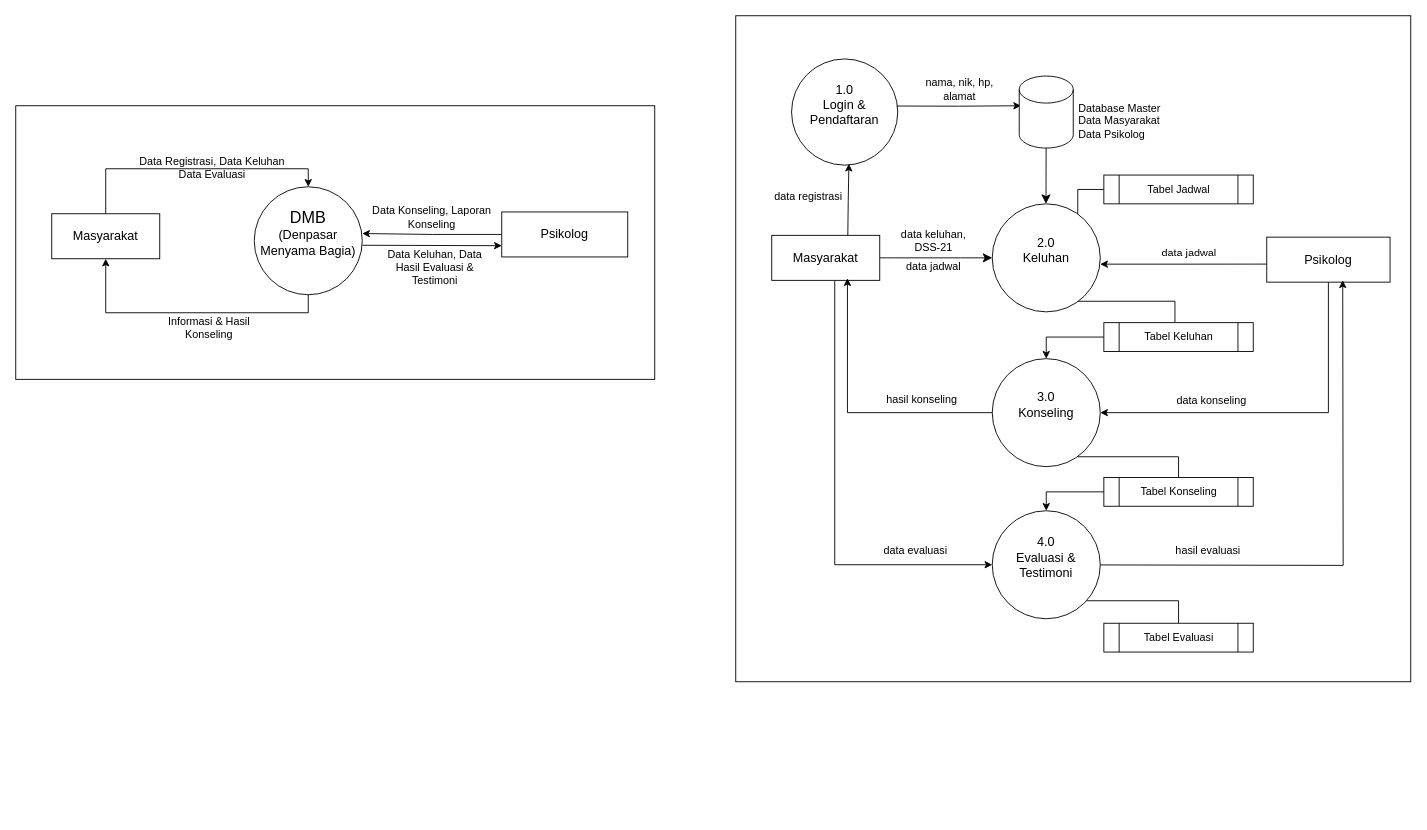
This is env_designs/erd_dmb.drawio from zeneight/drawio, a draw.io file, before an edit. Source tidied: cells renumbered, new cells numbered last; positions are measured from the earlier drawing's top-left corner, leaving out a move shared by most shapes. Both pictures are drawn from the tidied source at 90%, with x=0, y=0 at pixel (15, 15).
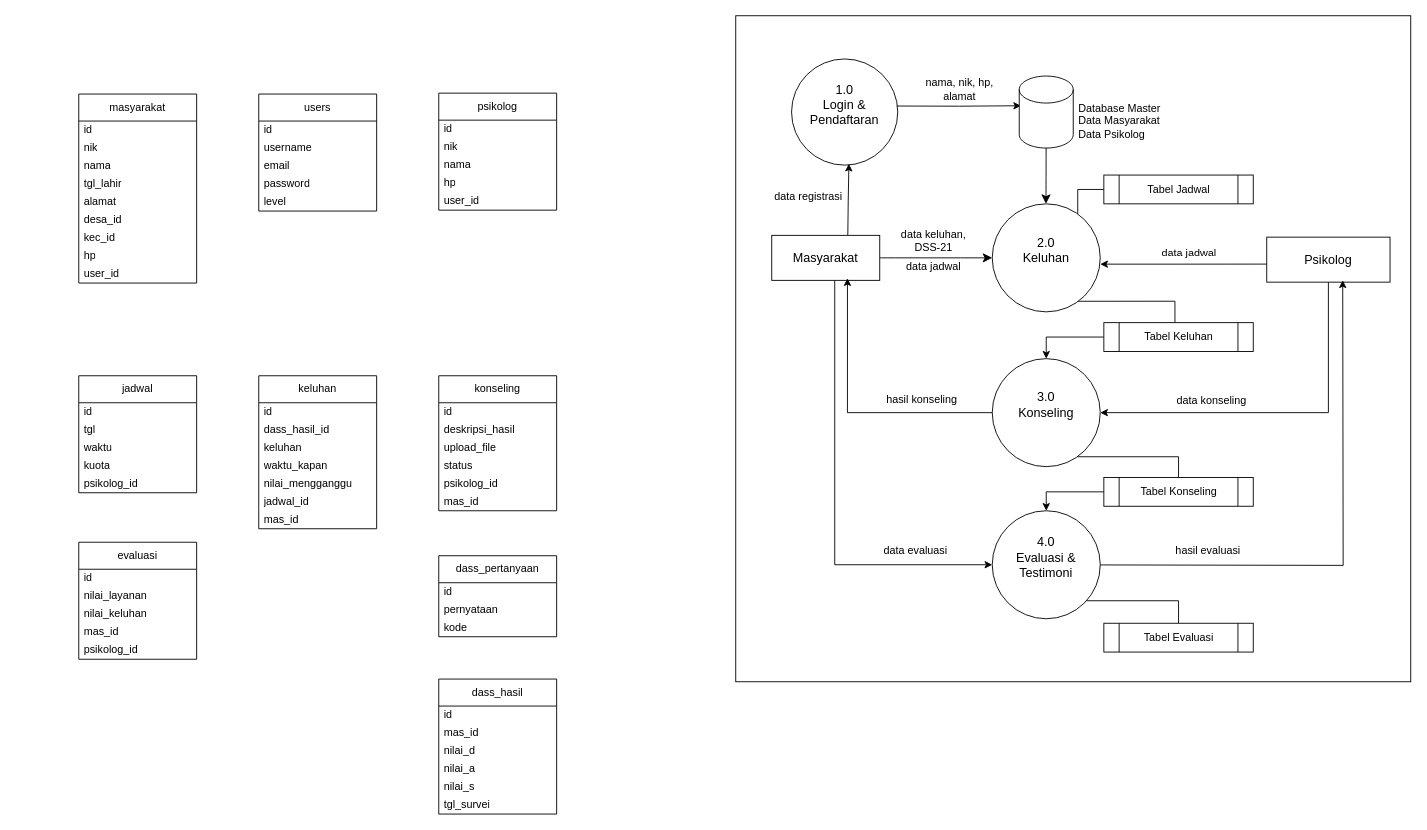
The same page after the edit.

The edit, as a diff of the source:
```diff
@@
-    <mxCell id="2" style="edgeStyle=orthogonalEdgeStyle;rounded=0;jettySize=auto;html=1;entryX=0.5;entryY=1;entryDx=0;entryDy=0;" parent="1" edge="1" source="4" target="6">
-      <mxGeometry relative="1" as="geometry">
-        <Array as="points">
-          <mxPoint x="325" y="330" />
-          <mxPoint x="100" y="330" />
-        </Array>
-      </mxGeometry>
-    </mxCell>
-    <mxCell id="3" style="edgeStyle=orthogonalEdgeStyle;rounded=0;jettySize=auto;html=1;entryX=0;entryY=0.75;entryDx=0;entryDy=0;" parent="1" edge="1" target="26">
-      <mxGeometry relative="1" as="geometry">
-        <mxPoint x="385" y="255" as="sourcePoint" />
-      </mxGeometry>
-    </mxCell>
-    <mxCell id="4" value="&lt;div&gt;&lt;font style=&quot;font-size: 18px;&quot;&gt;DMB&lt;/font&gt;&lt;/div&gt;&lt;div&gt;&lt;font style=&quot;font-size: 14px;&quot;&gt;(Denpasar Menyama Bagia)&lt;/font&gt;&lt;/div&gt;&lt;div&gt;&lt;font style=&quot;font-size: 14px;&quot;&gt;&lt;br&gt;&lt;/font&gt;&lt;/div&gt;" style="ellipse;whiteSpace=wrap;html=1;fontSize=14;" parent="1" vertex="1">
-      <mxGeometry x="265" y="190" width="120" height="120" as="geometry" />
-    </mxCell>
-    <mxCell id="5" style="edgeStyle=orthogonalEdgeStyle;rounded=0;jettySize=auto;html=1;entryX=0.5;entryY=0;entryDx=0;entryDy=0;" parent="1" edge="1" source="6" target="4">
-      <mxGeometry relative="1" as="geometry">
-        <Array as="points">
-          <mxPoint x="100" y="170" />
-          <mxPoint x="325" y="170" />
-        </Array>
-      </mxGeometry>
-    </mxCell>
-    <mxCell id="6" value="Masyarakat" style="rounded=0;whiteSpace=wrap;html=1;fontSize=14;" parent="1" vertex="1">
-      <mxGeometry x="40" y="220" width="120" height="50" as="geometry" />
-    </mxCell>
-    <mxCell id="7" value="Data Registrasi, Data Keluhan&lt;br&gt;Data Evaluasi" style="text;html=1;align=center;verticalAlign=middle;whiteSpace=wrap;rounded=0;fontSize=12;" parent="1" vertex="1">
-      <mxGeometry x="129" y="151" width="179" height="35" as="geometry" />
-    </mxCell>
@@
-    <mxCell id="24" value="&lt;div&gt;Informasi &amp;amp; Hasil Konseling&lt;/div&gt;" style="text;html=1;align=center;verticalAlign=middle;whiteSpace=wrap;rounded=0;fontSize=12;" parent="1" vertex="1">
-      <mxGeometry x="145" y="332" width="140" height="30" as="geometry" />
-    </mxCell>
-    <mxCell id="25" style="edgeStyle=orthogonalEdgeStyle;rounded=0;jettySize=auto;html=1;exitX=0;exitY=0.5;exitDx=0;exitDy=0;" parent="1" edge="1" source="26">
-      <mxGeometry relative="1" as="geometry">
-        <mxPoint x="385" y="242" as="targetPoint" />
-      </mxGeometry>
-    </mxCell>
-    <mxCell id="26" value="Psikolog" style="rounded=0;whiteSpace=wrap;html=1;fontSize=14;" parent="1" vertex="1">
-      <mxGeometry x="540" y="218" width="140" height="50" as="geometry" />
-    </mxCell>
-    <mxCell id="27" value="Data Keluhan, Data Hasil Evaluasi &amp;amp; Testimoni" style="text;html=1;align=center;verticalAlign=middle;whiteSpace=wrap;rounded=0;fontSize=12;" parent="1" vertex="1">
-      <mxGeometry x="409" y="259" width="114" height="42" as="geometry" />
-    </mxCell>
-    <mxCell id="28" value="Data Konseling, Laporan Konseling" style="text;html=1;align=center;verticalAlign=middle;whiteSpace=wrap;rounded=0;fontSize=12;" parent="1" vertex="1">
-      <mxGeometry x="392" y="209" width="141" height="30" as="geometry" />
-    </mxCell>
@@
-    <mxCell id="36" style="rounded=0;whiteSpace=wrap;html=1;fillColor=none;" parent="1" vertex="1">
-      <mxGeometry y="100" width="710" height="304" as="geometry" />
-    </mxCell>
@@
+    <mxCell id="54" value="masyarakat" style="swimlane;fontStyle=0;horizontal=1;startSize=30;whiteSpace=wrap;html=1;" parent="1" vertex="1">
+      <mxGeometry x="70" y="87" width="131" height="210" as="geometry" />
+    </mxCell>
+    <mxCell id="55" value="id" style="text;strokeColor=none;fillColor=none;align=left;verticalAlign=middle;spacingLeft=4;spacingRight=4;overflow=hidden;whiteSpace=wrap;html=1;" parent="54" vertex="1">
+      <mxGeometry y="30" width="131" height="20" as="geometry" />
+    </mxCell>
+    <mxCell id="56" value="nik" style="text;strokeColor=none;fillColor=none;align=left;verticalAlign=middle;spacingLeft=4;spacingRight=4;overflow=hidden;whiteSpace=wrap;html=1;" parent="54" vertex="1">
+      <mxGeometry y="50" width="131" height="20" as="geometry" />
+    </mxCell>
+    <mxCell id="57" value="nama" style="text;strokeColor=none;fillColor=none;align=left;verticalAlign=middle;spacingLeft=4;spacingRight=4;overflow=hidden;whiteSpace=wrap;html=1;" parent="54" vertex="1">
+      <mxGeometry y="70" width="131" height="20" as="geometry" />
+    </mxCell>
+    <mxCell id="58" value="tgl_lahir" style="text;strokeColor=none;fillColor=none;align=left;verticalAlign=middle;spacingLeft=4;spacingRight=4;overflow=hidden;whiteSpace=wrap;html=1;" parent="54" vertex="1">
+      <mxGeometry y="90" width="131" height="20" as="geometry" />
+    </mxCell>
+    <mxCell id="59" value="alamat" style="text;strokeColor=none;fillColor=none;align=left;verticalAlign=middle;spacingLeft=4;spacingRight=4;overflow=hidden;whiteSpace=wrap;html=1;" parent="54" vertex="1">
+      <mxGeometry y="110" width="131" height="20" as="geometry" />
+    </mxCell>
+    <mxCell id="60" value="desa_id" style="text;strokeColor=none;fillColor=none;align=left;verticalAlign=middle;spacingLeft=4;spacingRight=4;overflow=hidden;whiteSpace=wrap;html=1;" parent="54" vertex="1">
+      <mxGeometry y="130" width="131" height="20" as="geometry" />
+    </mxCell>
+    <mxCell id="61" value="kec_id" style="text;strokeColor=none;fillColor=none;align=left;verticalAlign=middle;spacingLeft=4;spacingRight=4;overflow=hidden;whiteSpace=wrap;html=1;" parent="54" vertex="1">
+      <mxGeometry y="150" width="131" height="20" as="geometry" />
+    </mxCell>
+    <mxCell id="62" value="hp" style="text;strokeColor=none;fillColor=none;align=left;verticalAlign=middle;spacingLeft=4;spacingRight=4;overflow=hidden;whiteSpace=wrap;html=1;" parent="54" vertex="1">
+      <mxGeometry y="170" width="131" height="20" as="geometry" />
+    </mxCell>
+    <mxCell id="63" value="user_id" style="text;strokeColor=none;fillColor=none;align=left;verticalAlign=middle;spacingLeft=4;spacingRight=4;overflow=hidden;whiteSpace=wrap;html=1;" parent="54" vertex="1">
+      <mxGeometry y="190" width="131" height="20" as="geometry" />
+    </mxCell>
+    <mxCell id="64" value="psikolog" style="swimlane;fontStyle=0;horizontal=1;startSize=30;whiteSpace=wrap;html=1;" parent="1" vertex="1">
+      <mxGeometry x="470" y="86" width="131" height="130" as="geometry" />
+    </mxCell>
+    <mxCell id="65" value="id" style="text;strokeColor=none;fillColor=none;align=left;verticalAlign=middle;spacingLeft=4;spacingRight=4;overflow=hidden;whiteSpace=wrap;html=1;" parent="64" vertex="1">
+      <mxGeometry y="30" width="131" height="20" as="geometry" />
+    </mxCell>
+    <mxCell id="66" value="nik" style="text;strokeColor=none;fillColor=none;align=left;verticalAlign=middle;spacingLeft=4;spacingRight=4;overflow=hidden;whiteSpace=wrap;html=1;" parent="64" vertex="1">
+      <mxGeometry y="50" width="131" height="20" as="geometry" />
+    </mxCell>
+    <mxCell id="67" value="nama" style="text;strokeColor=none;fillColor=none;align=left;verticalAlign=middle;spacingLeft=4;spacingRight=4;overflow=hidden;whiteSpace=wrap;html=1;" parent="64" vertex="1">
+      <mxGeometry y="70" width="131" height="20" as="geometry" />
+    </mxCell>
+    <mxCell id="68" value="hp" style="text;strokeColor=none;fillColor=none;align=left;verticalAlign=middle;spacingLeft=4;spacingRight=4;overflow=hidden;whiteSpace=wrap;html=1;" parent="64" vertex="1">
+      <mxGeometry y="90" width="131" height="20" as="geometry" />
+    </mxCell>
+    <mxCell id="69" value="user_id" style="text;strokeColor=none;fillColor=none;align=left;verticalAlign=middle;spacingLeft=4;spacingRight=4;overflow=hidden;whiteSpace=wrap;html=1;" parent="64" vertex="1">
+      <mxGeometry y="110" width="131" height="20" as="geometry" />
+    </mxCell>
+    <mxCell id="70" value="users" style="swimlane;fontStyle=0;horizontal=1;startSize=30;whiteSpace=wrap;html=1;" parent="1" vertex="1">
+      <mxGeometry x="270" y="87" width="131" height="130" as="geometry" />
+    </mxCell>
+    <mxCell id="71" value="id" style="text;strokeColor=none;fillColor=none;align=left;verticalAlign=middle;spacingLeft=4;spacingRight=4;overflow=hidden;whiteSpace=wrap;html=1;" parent="70" vertex="1">
+      <mxGeometry y="30" width="131" height="20" as="geometry" />
+    </mxCell>
+    <mxCell id="72" value="username" style="text;strokeColor=none;fillColor=none;align=left;verticalAlign=middle;spacingLeft=4;spacingRight=4;overflow=hidden;whiteSpace=wrap;html=1;" parent="70" vertex="1">
+      <mxGeometry y="50" width="131" height="20" as="geometry" />
+    </mxCell>
+    <mxCell id="73" value="email" style="text;strokeColor=none;fillColor=none;align=left;verticalAlign=middle;spacingLeft=4;spacingRight=4;overflow=hidden;whiteSpace=wrap;html=1;" parent="70" vertex="1">
+      <mxGeometry y="70" width="131" height="20" as="geometry" />
+    </mxCell>
+    <mxCell id="74" value="password" style="text;strokeColor=none;fillColor=none;align=left;verticalAlign=middle;spacingLeft=4;spacingRight=4;overflow=hidden;whiteSpace=wrap;html=1;" parent="70" vertex="1">
+      <mxGeometry y="90" width="131" height="20" as="geometry" />
+    </mxCell>
+    <mxCell id="75" value="level" style="text;strokeColor=none;fillColor=none;align=left;verticalAlign=middle;spacingLeft=4;spacingRight=4;overflow=hidden;whiteSpace=wrap;html=1;" parent="70" vertex="1">
+      <mxGeometry y="110" width="131" height="20" as="geometry" />
+    </mxCell>
+    <mxCell id="76" value="jadwal" style="swimlane;fontStyle=0;horizontal=1;startSize=30;whiteSpace=wrap;html=1;" parent="1" vertex="1">
+      <mxGeometry x="70" y="400" width="131" height="130" as="geometry" />
+    </mxCell>
+    <mxCell id="77" value="id" style="text;strokeColor=none;fillColor=none;align=left;verticalAlign=middle;spacingLeft=4;spacingRight=4;overflow=hidden;whiteSpace=wrap;html=1;" parent="76" vertex="1">
+      <mxGeometry y="30" width="131" height="20" as="geometry" />
+    </mxCell>
+    <mxCell id="78" value="tgl" style="text;strokeColor=none;fillColor=none;align=left;verticalAlign=middle;spacingLeft=4;spacingRight=4;overflow=hidden;whiteSpace=wrap;html=1;" parent="76" vertex="1">
+      <mxGeometry y="50" width="131" height="20" as="geometry" />
+    </mxCell>
+    <mxCell id="79" value="waktu" style="text;strokeColor=none;fillColor=none;align=left;verticalAlign=middle;spacingLeft=4;spacingRight=4;overflow=hidden;whiteSpace=wrap;html=1;" parent="76" vertex="1">
+      <mxGeometry y="70" width="131" height="20" as="geometry" />
+    </mxCell>
+    <mxCell id="80" value="kuota" style="text;strokeColor=none;fillColor=none;align=left;verticalAlign=middle;spacingLeft=4;spacingRight=4;overflow=hidden;whiteSpace=wrap;html=1;" parent="76" vertex="1">
+      <mxGeometry y="90" width="131" height="20" as="geometry" />
+    </mxCell>
+    <mxCell id="81" value="psikolog_id" style="text;strokeColor=none;fillColor=none;align=left;verticalAlign=middle;spacingLeft=4;spacingRight=4;overflow=hidden;whiteSpace=wrap;html=1;" parent="76" vertex="1">
+      <mxGeometry y="110" width="131" height="20" as="geometry" />
+    </mxCell>
+    <mxCell id="82" value="keluhan" style="swimlane;fontStyle=0;horizontal=1;startSize=30;whiteSpace=wrap;html=1;" parent="1" vertex="1">
+      <mxGeometry x="270" y="400" width="131" height="170" as="geometry" />
+    </mxCell>
+    <mxCell id="83" value="id" style="text;strokeColor=none;fillColor=none;align=left;verticalAlign=middle;spacingLeft=4;spacingRight=4;overflow=hidden;whiteSpace=wrap;html=1;" parent="82" vertex="1">
+      <mxGeometry y="30" width="131" height="20" as="geometry" />
+    </mxCell>
+    <mxCell id="84" value="dass_hasil_id" style="text;strokeColor=none;fillColor=none;align=left;verticalAlign=middle;spacingLeft=4;spacingRight=4;overflow=hidden;whiteSpace=wrap;html=1;" parent="82" vertex="1">
+      <mxGeometry y="50" width="131" height="20" as="geometry" />
+    </mxCell>
+    <mxCell id="85" value="keluhan" style="text;strokeColor=none;fillColor=none;align=left;verticalAlign=middle;spacingLeft=4;spacingRight=4;overflow=hidden;whiteSpace=wrap;html=1;" parent="82" vertex="1">
+      <mxGeometry y="70" width="131" height="20" as="geometry" />
+    </mxCell>
+    <mxCell id="86" value="waktu_kapan" style="text;strokeColor=none;fillColor=none;align=left;verticalAlign=middle;spacingLeft=4;spacingRight=4;overflow=hidden;whiteSpace=wrap;html=1;" parent="82" vertex="1">
+      <mxGeometry y="90" width="131" height="20" as="geometry" />
+    </mxCell>
+    <mxCell id="87" value="nilai_mengganggu" style="text;strokeColor=none;fillColor=none;align=left;verticalAlign=middle;spacingLeft=4;spacingRight=4;overflow=hidden;whiteSpace=wrap;html=1;" parent="82" vertex="1">
+      <mxGeometry y="110" width="131" height="20" as="geometry" />
+    </mxCell>
+    <mxCell id="88" value="jadwal_id" style="text;strokeColor=none;fillColor=none;align=left;verticalAlign=middle;spacingLeft=4;spacingRight=4;overflow=hidden;whiteSpace=wrap;html=1;" parent="82" vertex="1">
+      <mxGeometry y="130" width="131" height="20" as="geometry" />
+    </mxCell>
+    <mxCell id="89" value="mas_id" style="text;strokeColor=none;fillColor=none;align=left;verticalAlign=middle;spacingLeft=4;spacingRight=4;overflow=hidden;whiteSpace=wrap;html=1;" parent="82" vertex="1">
+      <mxGeometry y="150" width="131" height="20" as="geometry" />
+    </mxCell>
+    <mxCell id="90" value="konseling" style="swimlane;fontStyle=0;horizontal=1;startSize=30;whiteSpace=wrap;html=1;" parent="1" vertex="1">
+      <mxGeometry x="470" y="400" width="131" height="150" as="geometry" />
+    </mxCell>
+    <mxCell id="91" value="id" style="text;strokeColor=none;fillColor=none;align=left;verticalAlign=middle;spacingLeft=4;spacingRight=4;overflow=hidden;whiteSpace=wrap;html=1;" parent="90" vertex="1">
+      <mxGeometry y="30" width="131" height="20" as="geometry" />
+    </mxCell>
+    <mxCell id="92" value="deskripsi_hasil" style="text;strokeColor=none;fillColor=none;align=left;verticalAlign=middle;spacingLeft=4;spacingRight=4;overflow=hidden;whiteSpace=wrap;html=1;" parent="90" vertex="1">
+      <mxGeometry y="50" width="131" height="20" as="geometry" />
+    </mxCell>
+    <mxCell id="93" value="upload_file" style="text;strokeColor=none;fillColor=none;align=left;verticalAlign=middle;spacingLeft=4;spacingRight=4;overflow=hidden;whiteSpace=wrap;html=1;" parent="90" vertex="1">
+      <mxGeometry y="70" width="131" height="20" as="geometry" />
+    </mxCell>
+    <mxCell id="94" value="status" style="text;strokeColor=none;fillColor=none;align=left;verticalAlign=middle;spacingLeft=4;spacingRight=4;overflow=hidden;whiteSpace=wrap;html=1;" parent="90" vertex="1">
+      <mxGeometry y="90" width="131" height="20" as="geometry" />
+    </mxCell>
+    <mxCell id="95" value="psikolog_id" style="text;strokeColor=none;fillColor=none;align=left;verticalAlign=middle;spacingLeft=4;spacingRight=4;overflow=hidden;whiteSpace=wrap;html=1;" parent="90" vertex="1">
+      <mxGeometry y="110" width="131" height="20" as="geometry" />
+    </mxCell>
+    <mxCell id="96" value="mas_id" style="text;strokeColor=none;fillColor=none;align=left;verticalAlign=middle;spacingLeft=4;spacingRight=4;overflow=hidden;whiteSpace=wrap;html=1;" parent="90" vertex="1">
+      <mxGeometry y="130" width="131" height="20" as="geometry" />
+    </mxCell>
+    <mxCell id="97" value="evaluasi" style="swimlane;fontStyle=0;horizontal=1;startSize=30;whiteSpace=wrap;html=1;" parent="1" vertex="1">
+      <mxGeometry x="70" y="585" width="131" height="130" as="geometry" />
+    </mxCell>
+    <mxCell id="98" value="id" style="text;strokeColor=none;fillColor=none;align=left;verticalAlign=middle;spacingLeft=4;spacingRight=4;overflow=hidden;whiteSpace=wrap;html=1;" parent="97" vertex="1">
+      <mxGeometry y="30" width="131" height="20" as="geometry" />
+    </mxCell>
+    <mxCell id="99" value="nilai_layanan" style="text;strokeColor=none;fillColor=none;align=left;verticalAlign=middle;spacingLeft=4;spacingRight=4;overflow=hidden;whiteSpace=wrap;html=1;" parent="97" vertex="1">
+      <mxGeometry y="50" width="131" height="20" as="geometry" />
+    </mxCell>
+    <mxCell id="100" value="nilai_keluhan" style="text;strokeColor=none;fillColor=none;align=left;verticalAlign=middle;spacingLeft=4;spacingRight=4;overflow=hidden;whiteSpace=wrap;html=1;" parent="97" vertex="1">
+      <mxGeometry y="70" width="131" height="20" as="geometry" />
+    </mxCell>
+    <mxCell id="101" value="mas_id" style="text;strokeColor=none;fillColor=none;align=left;verticalAlign=middle;spacingLeft=4;spacingRight=4;overflow=hidden;whiteSpace=wrap;html=1;" parent="97" vertex="1">
+      <mxGeometry y="90" width="131" height="20" as="geometry" />
+    </mxCell>
+    <mxCell id="102" value="psikolog_id" style="text;strokeColor=none;fillColor=none;align=left;verticalAlign=middle;spacingLeft=4;spacingRight=4;overflow=hidden;whiteSpace=wrap;html=1;" parent="97" vertex="1">
+      <mxGeometry y="110" width="131" height="20" as="geometry" />
+    </mxCell>
+    <mxCell id="103" value="dass_pertanyaan" style="swimlane;fontStyle=0;horizontal=1;startSize=30;whiteSpace=wrap;html=1;" parent="1" vertex="1">
+      <mxGeometry x="470" y="600" width="131" height="90" as="geometry" />
+    </mxCell>
+    <mxCell id="104" value="id" style="text;strokeColor=none;fillColor=none;align=left;verticalAlign=middle;spacingLeft=4;spacingRight=4;overflow=hidden;whiteSpace=wrap;html=1;" parent="103" vertex="1">
+      <mxGeometry y="30" width="131" height="20" as="geometry" />
+    </mxCell>
+    <mxCell id="105" value="pernyataan" style="text;strokeColor=none;fillColor=none;align=left;verticalAlign=middle;spacingLeft=4;spacingRight=4;overflow=hidden;whiteSpace=wrap;html=1;" parent="103" vertex="1">
+      <mxGeometry y="50" width="131" height="20" as="geometry" />
+    </mxCell>
+    <mxCell id="106" value="kode" style="text;strokeColor=none;fillColor=none;align=left;verticalAlign=middle;spacingLeft=4;spacingRight=4;overflow=hidden;whiteSpace=wrap;html=1;" parent="103" vertex="1">
+      <mxGeometry y="70" width="131" height="20" as="geometry" />
+    </mxCell>
+    <mxCell id="107" value="dass_hasil" style="swimlane;fontStyle=0;horizontal=1;startSize=30;whiteSpace=wrap;html=1;" parent="1" vertex="1">
+      <mxGeometry x="470" y="737" width="131" height="150" as="geometry" />
+    </mxCell>
+    <mxCell id="108" value="id" style="text;strokeColor=none;fillColor=none;align=left;verticalAlign=middle;spacingLeft=4;spacingRight=4;overflow=hidden;whiteSpace=wrap;html=1;" parent="107" vertex="1">
+      <mxGeometry y="30" width="131" height="20" as="geometry" />
+    </mxCell>
+    <mxCell id="109" value="mas_id" style="text;strokeColor=none;fillColor=none;align=left;verticalAlign=middle;spacingLeft=4;spacingRight=4;overflow=hidden;whiteSpace=wrap;html=1;" parent="107" vertex="1">
+      <mxGeometry y="50" width="131" height="20" as="geometry" />
+    </mxCell>
+    <mxCell id="110" value="nilai_d" style="text;strokeColor=none;fillColor=none;align=left;verticalAlign=middle;spacingLeft=4;spacingRight=4;overflow=hidden;whiteSpace=wrap;html=1;" parent="107" vertex="1">
+      <mxGeometry y="70" width="131" height="20" as="geometry" />
+    </mxCell>
+    <mxCell id="111" value="nilai_a" style="text;strokeColor=none;fillColor=none;align=left;verticalAlign=middle;spacingLeft=4;spacingRight=4;overflow=hidden;whiteSpace=wrap;html=1;" parent="107" vertex="1">
+      <mxGeometry y="90" width="131" height="20" as="geometry" />
+    </mxCell>
+    <mxCell id="112" value="nilai_s" style="text;strokeColor=none;fillColor=none;align=left;verticalAlign=middle;spacingLeft=4;spacingRight=4;overflow=hidden;whiteSpace=wrap;html=1;" parent="107" vertex="1">
+      <mxGeometry y="110" width="131" height="20" as="geometry" />
+    </mxCell>
+    <mxCell id="113" value="tgl_survei" style="text;strokeColor=none;fillColor=none;align=left;verticalAlign=middle;spacingLeft=4;spacingRight=4;overflow=hidden;whiteSpace=wrap;html=1;" parent="107" vertex="1">
+      <mxGeometry y="130" width="131" height="20" as="geometry" />
+    </mxCell>
```
